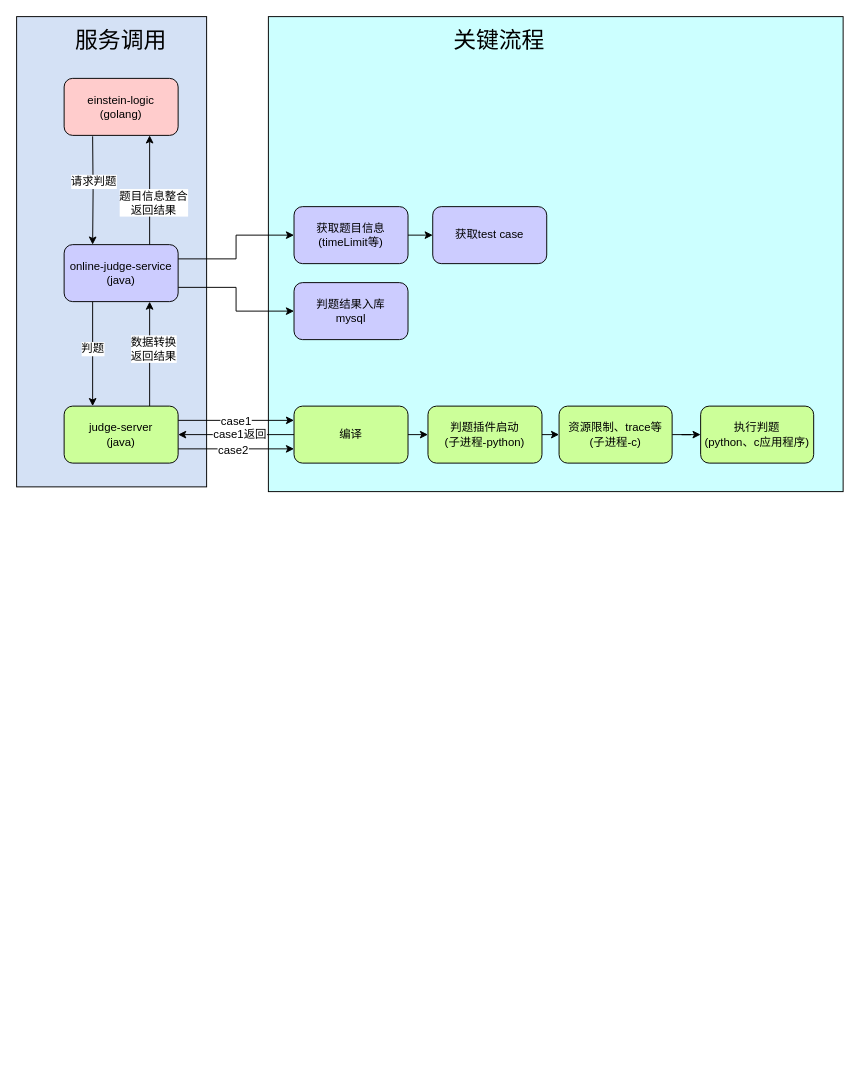
Before: 题库.drawio in xiell2016/hetaoDesign, a draw.io diagram. Source tidied: cells renumbered, new cells numbered last; positions are measured from the earlier drawing's top-left corner, leaving out a move shared by most shapes. Both pictures are drawn from the tidied source at 95%, with x=0, y=0 at pixel (16, 16).
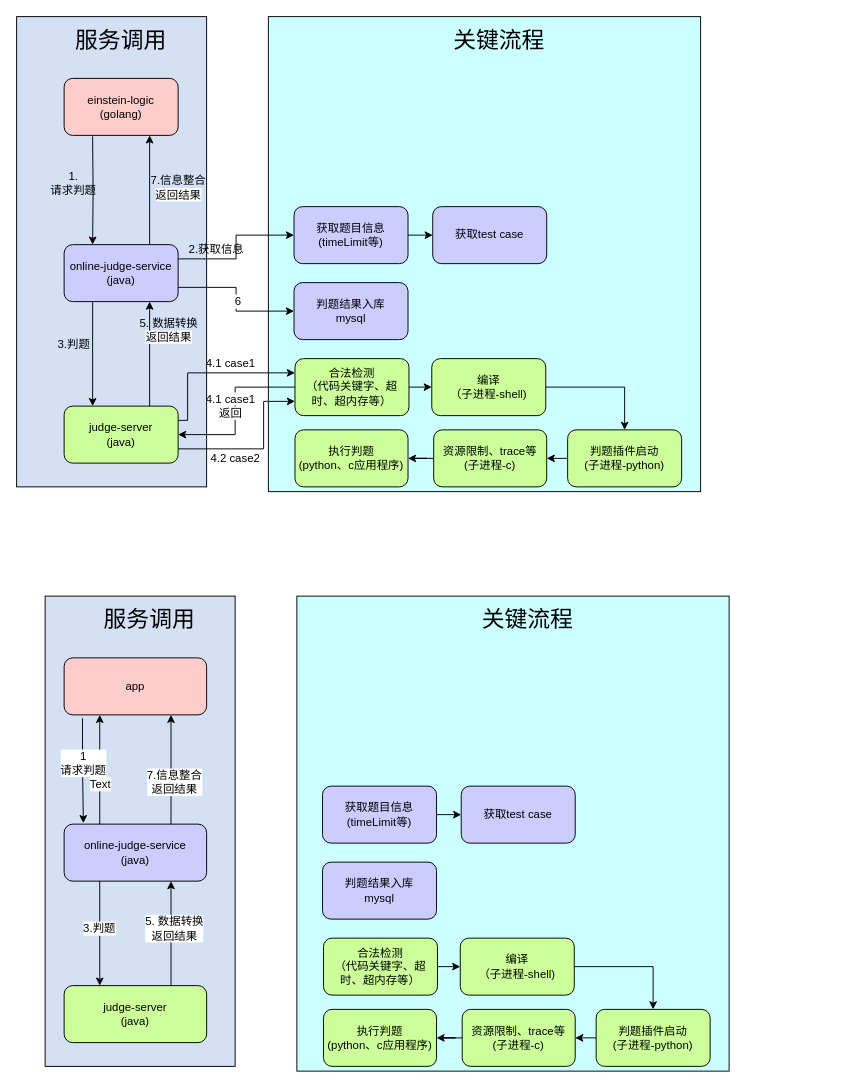
The same page after the edit.

Unchanged cells that the change refers to:
```xml
<mxCell id="4" style="edgeStyle=orthogonalEdgeStyle;rounded=0;jettySize=auto;html=1;exitX=0.25;exitY=1;exitDx=0;exitDy=0;entryX=0.25;entryY=0;entryDx=0;entryDy=0;fontFamily=Helvetica;fontSize=12;" parent="1" edge="1" source="10" target="17">
  <mxGeometry relative="1" as="geometry" />
</mxCell>
<mxCell id="7" style="edgeStyle=orthogonalEdgeStyle;rounded=0;jettySize=auto;html=1;exitX=0.75;exitY=0;exitDx=0;exitDy=0;entryX=0.75;entryY=1;entryDx=0;entryDy=0;fontFamily=Helvetica;fontSize=12;" parent="1" edge="1" source="10" target="25">
  <mxGeometry relative="1" as="geometry" />
</mxCell>
<mxCell id="9" style="edgeStyle=orthogonalEdgeStyle;rounded=0;jettySize=auto;html=1;exitX=1;exitY=0.75;exitDx=0;exitDy=0;entryX=0;entryY=0.5;entryDx=0;entryDy=0;fontFamily=Helvetica;fontSize=24;" parent="1" edge="1" source="10" target="34">
  <mxGeometry relative="1" as="geometry" />
</mxCell>
<mxCell id="15" style="edgeStyle=orthogonalEdgeStyle;rounded=0;jettySize=auto;html=1;exitX=0.75;exitY=0;exitDx=0;exitDy=0;entryX=0.75;entryY=1;entryDx=0;entryDy=0;fontFamily=Helvetica;fontSize=12;" parent="1" edge="1" source="17" target="10">
  <mxGeometry relative="1" as="geometry" />
</mxCell>
<mxCell id="17" value="judge-server&lt;br&gt;(java)" style="rounded=1;whiteSpace=wrap;html=1;fillColor=#CCFF99;" parent="1" vertex="1">
  <mxGeometry x="50" y="410" width="120" height="60" as="geometry" />
</mxCell>
<mxCell id="18" style="edgeStyle=orthogonalEdgeStyle;rounded=0;jettySize=auto;html=1;exitX=0.25;exitY=1;exitDx=0;exitDy=0;entryX=0.25;entryY=0;entryDx=0;entryDy=0;fontFamily=Helvetica;fontSize=12;" parent="1" edge="1" target="10">
  <mxGeometry relative="1" as="geometry">
    <mxPoint x="80" y="126" as="sourcePoint" />
  </mxGeometry>
</mxCell>
```

The edit, as a diff of the source:
```diff
@@
     <mxCell id="3" style="rounded=0;whiteSpace=wrap;html=1;fontFamily=Helvetica;fontSize=12;fillColor=#CCFFFF;" parent="1" vertex="1">
-      <mxGeometry x="265" width="605" height="500" as="geometry" />
+      <mxGeometry x="265" width="455" height="500" as="geometry" />
     </mxCell>
@@
-    <mxCell id="5" value="判题" style="edgeLabel;html=1;align=center;verticalAlign=middle;fontSize=12;fontFamily=Helvetica;" parent="4" vertex="1">
-      <mxGeometry x="-0.11" y="-1" relative="1" as="geometry" />
-    </mxCell>
@@
-    <mxCell id="8" value="题目信息整合&lt;br&gt;返回结果" style="edgeLabel;html=1;align=center;verticalAlign=middle;fontSize=12;fontFamily=Helvetica;" parent="7" vertex="1">
-      <mxGeometry x="-0.21" y="-3" relative="1" as="geometry" />
-    </mxCell>
@@
+    <mxCell id="36" value="6" style="edgeLabel;html=1;align=center;verticalAlign=middle;fontSize=12;fontFamily=Helvetica;" parent="9" vertex="1">
+      <mxGeometry x="0.01" y="1" relative="1" as="geometry">
+        <mxPoint y="1" as="offset" />
+      </mxGeometry>
+    </mxCell>
@@
     <mxCell id="11" style="edgeStyle=orthogonalEdgeStyle;rounded=0;jettySize=auto;html=1;exitX=1;exitY=0.25;exitDx=0;exitDy=0;entryX=0;entryY=0.25;entryDx=0;entryDy=0;fontFamily=Helvetica;fontSize=12;" parent="1" edge="1" source="17" target="23">
-      <mxGeometry relative="1" as="geometry" />
+      <mxGeometry relative="1" as="geometry">
+        <Array as="points">
+          <mxPoint x="180" y="425" />
+          <mxPoint x="180" y="375" />
+        </Array>
+      </mxGeometry>
     </mxCell>
-    <mxCell id="12" value="case1" style="edgeLabel;html=1;align=center;verticalAlign=middle;fontSize=12;fontFamily=Helvetica;" parent="11" vertex="1">
-      <mxGeometry x="-0.01" relative="1" as="geometry" />
-    </mxCell>
     <mxCell id="13" style="edgeStyle=orthogonalEdgeStyle;rounded=0;jettySize=auto;html=1;exitX=1;exitY=0.75;exitDx=0;exitDy=0;entryX=0;entryY=0.75;entryDx=0;entryDy=0;fontFamily=Helvetica;fontSize=12;" parent="1" edge="1" source="17" target="23">
-      <mxGeometry relative="1" as="geometry" />
+      <mxGeometry relative="1" as="geometry">
+        <Array as="points">
+          <mxPoint x="260" y="455" />
+          <mxPoint x="260" y="405" />
+        </Array>
+      </mxGeometry>
     </mxCell>
-    <mxCell id="14" value="case2" style="edgeLabel;html=1;align=center;verticalAlign=middle;fontSize=12;fontFamily=Helvetica;" parent="13" vertex="1">
-      <mxGeometry x="-0.07" y="-1" relative="1" as="geometry" />
-    </mxCell>
@@
-    <mxCell id="16" value="数据转换&lt;br&gt;返回结果" style="edgeLabel;html=1;align=center;verticalAlign=middle;fontSize=12;fontFamily=Helvetica;" parent="15" vertex="1">
-      <mxGeometry x="0.11" y="-3" relative="1" as="geometry" />
-    </mxCell>
@@
-    <mxCell id="19" value="请求判题" style="edgeLabel;html=1;align=center;verticalAlign=middle;fontSize=12;fontFamily=Helvetica;" parent="18" vertex="1">
-      <mxGeometry x="-0.16" relative="1" as="geometry" />
-    </mxCell>
-    <mxCell id="20" style="edgeStyle=orthogonalEdgeStyle;rounded=0;jettySize=auto;html=1;exitX=1;exitY=0.5;exitDx=0;exitDy=0;entryX=0;entryY=0.5;entryDx=0;entryDy=0;fontFamily=Helvetica;fontSize=12;" parent="1" edge="1" source="23" target="26">
-      <mxGeometry relative="1" as="geometry" />
-    </mxCell>
     <mxCell id="21" style="edgeStyle=orthogonalEdgeStyle;rounded=0;jettySize=auto;html=1;exitX=0;exitY=0.5;exitDx=0;exitDy=0;entryX=1;entryY=0.5;entryDx=0;entryDy=0;fontFamily=Helvetica;fontSize=12;" parent="1" edge="1" source="23" target="17">
-      <mxGeometry relative="1" as="geometry" />
+      <mxGeometry relative="1" as="geometry">
+        <Array as="points">
+          <mxPoint x="230" y="390" />
+          <mxPoint x="230" y="440" />
+        </Array>
+      </mxGeometry>
     </mxCell>
-    <mxCell id="22" value="case1返回" style="edgeLabel;html=1;align=center;verticalAlign=middle;fontSize=12;fontFamily=Helvetica;" parent="21" vertex="1">
-      <mxGeometry x="-0.05" y="-1" relative="1" as="geometry" />
-    </mxCell>
+    <mxCell id="37" style="edgeStyle=orthogonalEdgeStyle;rounded=0;jettySize=auto;html=1;exitX=1;exitY=0.5;exitDx=0;exitDy=0;entryX=0;entryY=0.5;entryDx=0;entryDy=0;fontFamily=Helvetica;fontSize=24;" parent="1" edge="1" source="23" target="39">
+      <mxGeometry relative="1" as="geometry" />
+    </mxCell>
-    <mxCell id="23" value="编译" style="rounded=1;whiteSpace=wrap;html=1;fillColor=#CCFF99;" parent="1" vertex="1">
-      <mxGeometry x="292" y="410" width="120" height="60" as="geometry" />
+    <mxCell id="23" value="合法检测&lt;br&gt;（代码关键字、超时、超内存等）" style="rounded=1;whiteSpace=wrap;html=1;fillColor=#CCFF99;" parent="1" vertex="1">
+      <mxGeometry x="293" y="360" width="120" height="60" as="geometry" />
     </mxCell>
+    <mxCell id="25" value="einstein-logic&lt;br&gt;(golang)" style="rounded=1;whiteSpace=wrap;html=1;fillColor=#FFCCCC;" parent="1" vertex="1">
+      <mxGeometry x="50" y="65" width="120" height="60" as="geometry" />
+    </mxCell>
-    <mxCell id="24" style="edgeStyle=orthogonalEdgeStyle;rounded=0;jettySize=auto;html=1;exitX=1;exitY=0.5;exitDx=0;exitDy=0;entryX=0;entryY=0.5;entryDx=0;entryDy=0;fontFamily=Helvetica;fontSize=12;" parent="1" edge="1" source="26" target="28">
+    <mxCell id="24" style="edgeStyle=orthogonalEdgeStyle;rounded=0;jettySize=auto;html=1;exitX=0;exitY=0.5;exitDx=0;exitDy=0;entryX=1;entryY=0.5;entryDx=0;entryDy=0;fontFamily=Helvetica;fontSize=24;" parent="1" edge="1" source="26" target="28">
       <mxGeometry relative="1" as="geometry" />
     </mxCell>
-    <mxCell id="25" value="einstein-logic&lt;br&gt;(golang)" style="rounded=1;whiteSpace=wrap;html=1;fillColor=#FFCCCC;" parent="1" vertex="1">
-      <mxGeometry x="50" y="65" width="120" height="60" as="geometry" />
-    </mxCell>
     <mxCell id="26" value="判题插件启动&lt;br style=&quot;border-color: var(--border-color);&quot;&gt;(子进程-python)" style="rounded=1;whiteSpace=wrap;html=1;fillColor=#CCFF99;" parent="1" vertex="1">
-      <mxGeometry x="433" y="410" width="120" height="60" as="geometry" />
+      <mxGeometry x="580" y="435" width="120" height="60" as="geometry" />
     </mxCell>
@@
     <mxCell id="28" value="资源限制、trace等&lt;br style=&quot;border-color: var(--border-color);&quot;&gt;(子进程-c)" style="rounded=1;whiteSpace=wrap;html=1;fillColor=#CCFF99;" parent="1" vertex="1">
-      <mxGeometry x="571" y="410" width="119" height="60" as="geometry" />
+      <mxGeometry x="439" y="435" width="119" height="60" as="geometry" />
     </mxCell>
@@
     <mxCell id="35" value="执行判题&lt;br&gt;(python、c应用程序)" style="rounded=1;whiteSpace=wrap;html=1;fillColor=#CCFF99;" parent="1" vertex="1">
-      <mxGeometry x="720" y="410" width="119" height="60" as="geometry" />
+      <mxGeometry x="293" y="435" width="119" height="60" as="geometry" />
     </mxCell>
+    <mxCell id="38" style="edgeStyle=orthogonalEdgeStyle;rounded=0;jettySize=auto;html=1;exitX=1;exitY=0.5;exitDx=0;exitDy=0;entryX=0.5;entryY=0;entryDx=0;entryDy=0;fontFamily=Helvetica;fontSize=12;" parent="1" edge="1" source="39" target="26">
+      <mxGeometry relative="1" as="geometry" />
+    </mxCell>
+    <mxCell id="39" value="编译&lt;br&gt;（子进程-shell)" style="rounded=1;whiteSpace=wrap;html=1;fillColor=#CCFF99;" parent="1" vertex="1">
+      <mxGeometry x="437" y="360" width="120" height="60" as="geometry" />
+    </mxCell>
+    <mxCell id="40" style="rounded=0;whiteSpace=wrap;html=1;fontFamily=Helvetica;fontSize=12;fillColor=#D4E1F5;" parent="1" vertex="1">
+      <mxGeometry x="30" y="610" width="200" height="495" as="geometry" />
+    </mxCell>
+    <mxCell id="41" style="rounded=0;whiteSpace=wrap;html=1;fontFamily=Helvetica;fontSize=12;fillColor=#CCFFFF;" parent="1" vertex="1">
+      <mxGeometry x="295" y="610" width="455" height="500" as="geometry" />
+    </mxCell>
+    <mxCell id="42" style="edgeStyle=orthogonalEdgeStyle;rounded=0;jettySize=auto;html=1;exitX=0.25;exitY=1;exitDx=0;exitDy=0;entryX=0.25;entryY=0;entryDx=0;entryDy=0;fontFamily=Helvetica;fontSize=12;" parent="1" edge="1" source="48" target="51">
+      <mxGeometry relative="1" as="geometry" />
+    </mxCell>
+    <mxCell id="43" value="3.判题" style="edgeLabel;html=1;align=center;verticalAlign=middle;fontSize=12;fontFamily=Helvetica;" parent="42" vertex="1">
+      <mxGeometry x="-0.11" y="-1" relative="1" as="geometry" />
+    </mxCell>
+    <mxCell id="44" style="edgeStyle=orthogonalEdgeStyle;rounded=0;jettySize=auto;html=1;exitX=0.75;exitY=0;exitDx=0;exitDy=0;entryX=0.75;entryY=1;entryDx=0;entryDy=0;fontFamily=Helvetica;fontSize=12;" parent="1" edge="1" source="48" target="56">
+      <mxGeometry relative="1" as="geometry" />
+    </mxCell>
+    <mxCell id="45" value="7.信息整合&lt;br&gt;返回结果" style="edgeLabel;html=1;align=center;verticalAlign=middle;fontSize=12;fontFamily=Helvetica;" parent="44" vertex="1">
+      <mxGeometry x="-0.21" y="-3" relative="1" as="geometry" />
+    </mxCell>
+    <mxCell id="46" style="edgeStyle=none;rounded=0;jettySize=auto;html=1;exitX=0.25;exitY=0;exitDx=0;exitDy=0;entryX=0.25;entryY=1;entryDx=0;entryDy=0;fontFamily=Helvetica;fontSize=12;fontColor=default;" parent="1" edge="1" source="48" target="56">
+      <mxGeometry relative="1" as="geometry" />
+    </mxCell>
+    <mxCell id="47" value="Text" style="edgeLabel;html=1;align=center;verticalAlign=middle;fontSize=12;fontFamily=Helvetica;fontColor=default;" parent="46" vertex="1">
+      <mxGeometry x="-0.25" relative="1" as="geometry" />
+    </mxCell>
+    <mxCell id="48" value="online-judge-service&lt;br&gt;(java)" style="rounded=1;whiteSpace=wrap;html=1;fillColor=#CCCCFF;" parent="1" vertex="1">
+      <mxGeometry x="50" y="850" width="150" height="60" as="geometry" />
+    </mxCell>
+    <mxCell id="49" style="edgeStyle=orthogonalEdgeStyle;rounded=0;jettySize=auto;html=1;exitX=0.75;exitY=0;exitDx=0;exitDy=0;entryX=0.75;entryY=1;entryDx=0;entryDy=0;fontFamily=Helvetica;fontSize=12;" parent="1" edge="1" source="51" target="48">
+      <mxGeometry relative="1" as="geometry" />
+    </mxCell>
+    <mxCell id="50" value="5. 数据转换&lt;br&gt;返回结果" style="edgeLabel;html=1;align=center;verticalAlign=middle;fontSize=12;fontFamily=Helvetica;" parent="49" vertex="1">
+      <mxGeometry x="0.11" y="-3" relative="1" as="geometry" />
+    </mxCell>
+    <mxCell id="51" value="judge-server&lt;br&gt;(java)" style="rounded=1;whiteSpace=wrap;html=1;fillColor=#CCFF99;" parent="1" vertex="1">
+      <mxGeometry x="50" y="1020" width="150" height="60" as="geometry" />
+    </mxCell>
+    <mxCell id="52" style="edgeStyle=orthogonalEdgeStyle;rounded=0;jettySize=auto;html=1;exitX=0.129;exitY=1.06;exitDx=0;exitDy=0;entryX=0.135;entryY=-0.017;entryDx=0;entryDy=0;fontFamily=Helvetica;fontSize=12;exitPerimeter=0;entryPerimeter=0;" parent="1" edge="1" source="56" target="48">
+      <mxGeometry relative="1" as="geometry" />
+    </mxCell>
+    <mxCell id="53" value="1&lt;br&gt;请求判题" style="edgeLabel;html=1;align=center;verticalAlign=middle;fontSize=12;fontFamily=Helvetica;" parent="52" vertex="1">
+      <mxGeometry x="-0.16" relative="1" as="geometry" />
+    </mxCell>
+    <mxCell id="54" style="edgeStyle=orthogonalEdgeStyle;rounded=0;jettySize=auto;html=1;exitX=1;exitY=0.5;exitDx=0;exitDy=0;entryX=0;entryY=0.5;entryDx=0;entryDy=0;fontFamily=Helvetica;fontSize=24;" parent="1" edge="1" source="55" target="69">
+      <mxGeometry relative="1" as="geometry" />
+    </mxCell>
+    <mxCell id="55" value="合法检测&lt;br&gt;（代码关键字、超时、超内存等）" style="rounded=1;whiteSpace=wrap;html=1;fillColor=#CCFF99;" parent="1" vertex="1">
+      <mxGeometry x="323" y="970" width="120" height="60" as="geometry" />
+    </mxCell>
+    <mxCell id="56" value="app" style="rounded=1;whiteSpace=wrap;html=1;fillColor=#FFCCCC;" parent="1" vertex="1">
+      <mxGeometry x="50" y="675" width="150" height="60" as="geometry" />
+    </mxCell>
+    <mxCell id="57" style="edgeStyle=orthogonalEdgeStyle;rounded=0;jettySize=auto;html=1;exitX=0;exitY=0.5;exitDx=0;exitDy=0;entryX=1;entryY=0.5;entryDx=0;entryDy=0;fontFamily=Helvetica;fontSize=24;" parent="1" edge="1" source="58" target="60">
+      <mxGeometry relative="1" as="geometry" />
+    </mxCell>
+    <mxCell id="58" value="判题插件启动&lt;br style=&quot;border-color: var(--border-color);&quot;&gt;(子进程-python)" style="rounded=1;whiteSpace=wrap;html=1;fillColor=#CCFF99;" parent="1" vertex="1">
+      <mxGeometry x="610" y="1045" width="120" height="60" as="geometry" />
+    </mxCell>
+    <mxCell id="59" style="edgeStyle=orthogonalEdgeStyle;rounded=0;jettySize=auto;html=1;fontFamily=Helvetica;fontSize=24;" parent="1" edge="1" source="60" target="67">
+      <mxGeometry relative="1" as="geometry" />
+    </mxCell>
+    <mxCell id="60" value="资源限制、trace等&lt;br style=&quot;border-color: var(--border-color);&quot;&gt;(子进程-c)" style="rounded=1;whiteSpace=wrap;html=1;fillColor=#CCFF99;" parent="1" vertex="1">
+      <mxGeometry x="469" y="1045" width="119" height="60" as="geometry" />
+    </mxCell>
+    <mxCell id="61" style="edgeStyle=orthogonalEdgeStyle;rounded=0;jettySize=auto;html=1;exitX=1;exitY=0.5;exitDx=0;exitDy=0;entryX=0;entryY=0.5;entryDx=0;entryDy=0;fontFamily=Helvetica;fontSize=12;" parent="1" edge="1" source="62" target="63">
+      <mxGeometry relative="1" as="geometry" />
+    </mxCell>
+    <mxCell id="62" value="获取题目信息&lt;br&gt;(timeLimit等)" style="rounded=1;whiteSpace=wrap;html=1;fillColor=#CCCCFF;" parent="1" vertex="1">
+      <mxGeometry x="322" y="810" width="120" height="60" as="geometry" />
+    </mxCell>
+    <mxCell id="63" value="获取test case" style="rounded=1;whiteSpace=wrap;html=1;fillColor=#CCCCFF;" parent="1" vertex="1">
+      <mxGeometry x="468" y="810" width="120" height="60" as="geometry" />
+    </mxCell>
+    <mxCell id="64" value="&lt;font style=&quot;font-size: 24px;&quot;&gt;服务调用&lt;/font&gt;" style="text;html=1;strokeColor=none;fillColor=none;align=center;verticalAlign=middle;whiteSpace=wrap;rounded=0;fontSize=12;fontFamily=Helvetica;" parent="1" vertex="1">
+      <mxGeometry x="90" y="620" width="100" height="30" as="geometry" />
+    </mxCell>
+    <mxCell id="65" value="&lt;span style=&quot;font-size: 24px;&quot;&gt;关键流程&lt;/span&gt;" style="text;html=1;strokeColor=none;fillColor=none;align=center;verticalAlign=middle;whiteSpace=wrap;rounded=0;fontSize=12;fontFamily=Helvetica;" parent="1" vertex="1">
+      <mxGeometry x="488" y="620" width="100" height="30" as="geometry" />
+    </mxCell>
+    <mxCell id="66" value="判题结果入库&lt;br&gt;mysql" style="rounded=1;whiteSpace=wrap;html=1;fillColor=#CCCCFF;" parent="1" vertex="1">
+      <mxGeometry x="322" y="890" width="120" height="60" as="geometry" />
+    </mxCell>
+    <mxCell id="67" value="执行判题&lt;br&gt;(python、c应用程序)" style="rounded=1;whiteSpace=wrap;html=1;fillColor=#CCFF99;" parent="1" vertex="1">
+      <mxGeometry x="323" y="1045" width="119" height="60" as="geometry" />
+    </mxCell>
+    <mxCell id="68" style="edgeStyle=orthogonalEdgeStyle;rounded=0;jettySize=auto;html=1;exitX=1;exitY=0.5;exitDx=0;exitDy=0;entryX=0.5;entryY=0;entryDx=0;entryDy=0;fontFamily=Helvetica;fontSize=12;" parent="1" edge="1" source="69" target="58">
+      <mxGeometry relative="1" as="geometry" />
+    </mxCell>
+    <mxCell id="69" value="编译&lt;br&gt;（子进程-shell)" style="rounded=1;whiteSpace=wrap;html=1;fillColor=#CCFF99;" parent="1" vertex="1">
+      <mxGeometry x="467" y="970" width="120" height="60" as="geometry" />
+    </mxCell>
+    <mxCell id="70" value="1. &lt;br&gt;请求判题" style="text;html=1;strokeColor=none;fillColor=none;align=center;verticalAlign=middle;whiteSpace=wrap;rounded=0;fontSize=12;fontFamily=Helvetica;fontColor=default;" parent="1" vertex="1">
+      <mxGeometry x="30" y="160" width="60" height="30" as="geometry" />
+    </mxCell>
+    <mxCell id="71" value="7.信息整合&lt;br style=&quot;border-color: var(--border-color);&quot;&gt;&lt;span style=&quot;background-color: rgb(255, 255, 255);&quot;&gt;返回结果&lt;/span&gt;" style="text;html=1;align=center;verticalAlign=middle;strokeColor=none;fillColor=none;fontSize=12;fontFamily=Helvetica;fontColor=default;" parent="1" vertex="1">
+      <mxGeometry x="130" y="160" width="80" height="40" as="geometry" />
+    </mxCell>
+    <mxCell id="72" value="3.判题" style="text;html=1;align=center;verticalAlign=middle;strokeColor=none;fillColor=none;fontSize=12;fontFamily=Helvetica;fontColor=default;" parent="1" vertex="1">
+      <mxGeometry x="30" y="330" width="60" height="30" as="geometry" />
+    </mxCell>
+    <mxCell id="73" value="5. 数据转换&lt;br style=&quot;border-color: var(--border-color);&quot;&gt;&lt;span style=&quot;background-color: rgb(255, 255, 255);&quot;&gt;返回结果&lt;/span&gt;" style="text;html=1;align=center;verticalAlign=middle;strokeColor=none;fillColor=none;fontSize=12;fontFamily=Helvetica;fontColor=default;" parent="1" vertex="1">
+      <mxGeometry x="120" y="310" width="80" height="40" as="geometry" />
+    </mxCell>
+    <mxCell id="74" value="4.1&amp;nbsp;&lt;span style=&quot;background-color: rgb(255, 255, 255);&quot;&gt;case1&lt;/span&gt;" style="text;html=1;align=center;verticalAlign=middle;strokeColor=none;fillColor=none;fontSize=12;fontFamily=Helvetica;fontColor=default;" parent="1" vertex="1">
+      <mxGeometry x="185" y="350" width="80" height="30" as="geometry" />
+    </mxCell>
+    <mxCell id="75" value="4.1&amp;nbsp;&lt;span style=&quot;background-color: rgb(255, 255, 255);&quot;&gt;case1&lt;br&gt;返回&lt;/span&gt;" style="text;html=1;align=center;verticalAlign=middle;strokeColor=none;fillColor=none;fontSize=12;fontFamily=Helvetica;fontColor=default;" parent="1" vertex="1">
+      <mxGeometry x="185" y="390" width="80" height="40" as="geometry" />
+    </mxCell>
+    <mxCell id="76" value="4.2&amp;nbsp;&lt;span style=&quot;background-color: rgb(255, 255, 255);&quot;&gt;case2&lt;/span&gt;" style="text;html=1;align=center;verticalAlign=middle;strokeColor=none;fillColor=none;fontSize=12;fontFamily=Helvetica;fontColor=default;" parent="1" vertex="1">
+      <mxGeometry x="190" y="450" width="80" height="30" as="geometry" />
+    </mxCell>
+    <mxCell id="77" value="2.获取信息" style="text;html=1;align=center;verticalAlign=middle;strokeColor=none;fillColor=none;fontSize=12;fontFamily=Helvetica;fontColor=default;" parent="1" vertex="1">
+      <mxGeometry x="170" y="230" width="80" height="30" as="geometry" />
+    </mxCell>
```
